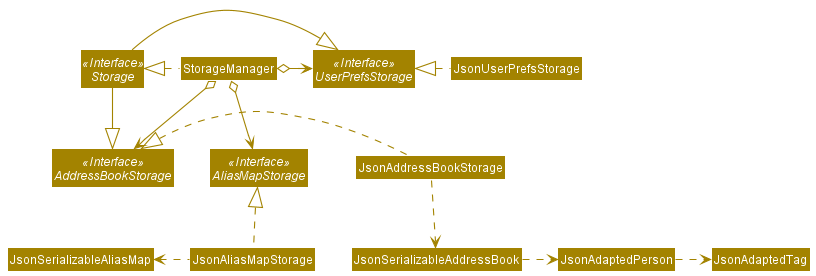
Before: docs/images/StorageClassDiagram.png, a diagram exported from PlantUML (nus-cs2103-AY2021S2/tp).
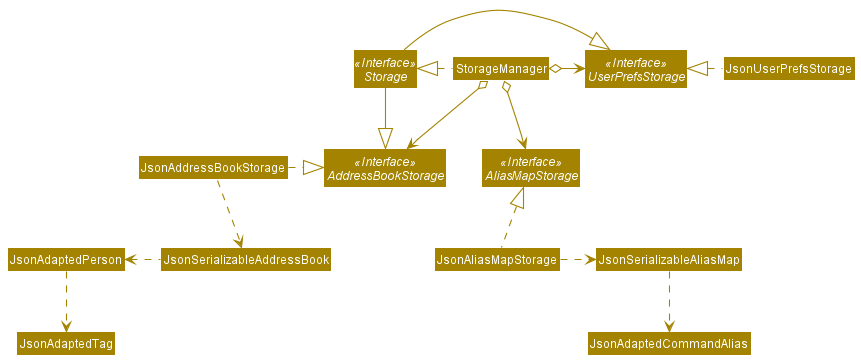
After the change.

What changed in the source:
```diff
@@ -23,11 +23,15 @@
 Storage -|> AddressBookStorage
 
 JsonUserPrefsStorage .left.|> UserPrefsStorage
-JsonAddressBookStorage .left.|> AddressBookStorage
+JsonAddressBookStorage .right.|> AddressBookStorage
 JsonAddressBookStorage .down.> JsonSerializableAddressBook
-JsonSerializableAddressBook .right.> JsonAdaptedPerson
-JsonAdaptedPerson .right.> JsonAdaptedTag
+JsonSerializableAddressBook .left.> JsonAdaptedPerson
+JsonAdaptedPerson .down.> JsonAdaptedTag
+
+JsonAddressBookStorage -[hidden]> AliasMapStorage
+JsonSerializableAddressBook -[hidden]> JsonAliasMapStorage
 
 JsonAliasMapStorage .up.|> AliasMapStorage
-JsonAliasMapStorage .left.> JsonSerializableAliasMap
+JsonAliasMapStorage .right.> JsonSerializableAliasMap
+JsonSerializableAliasMap .down.> JsonAdaptedCommandAlias
 @enduml
```
